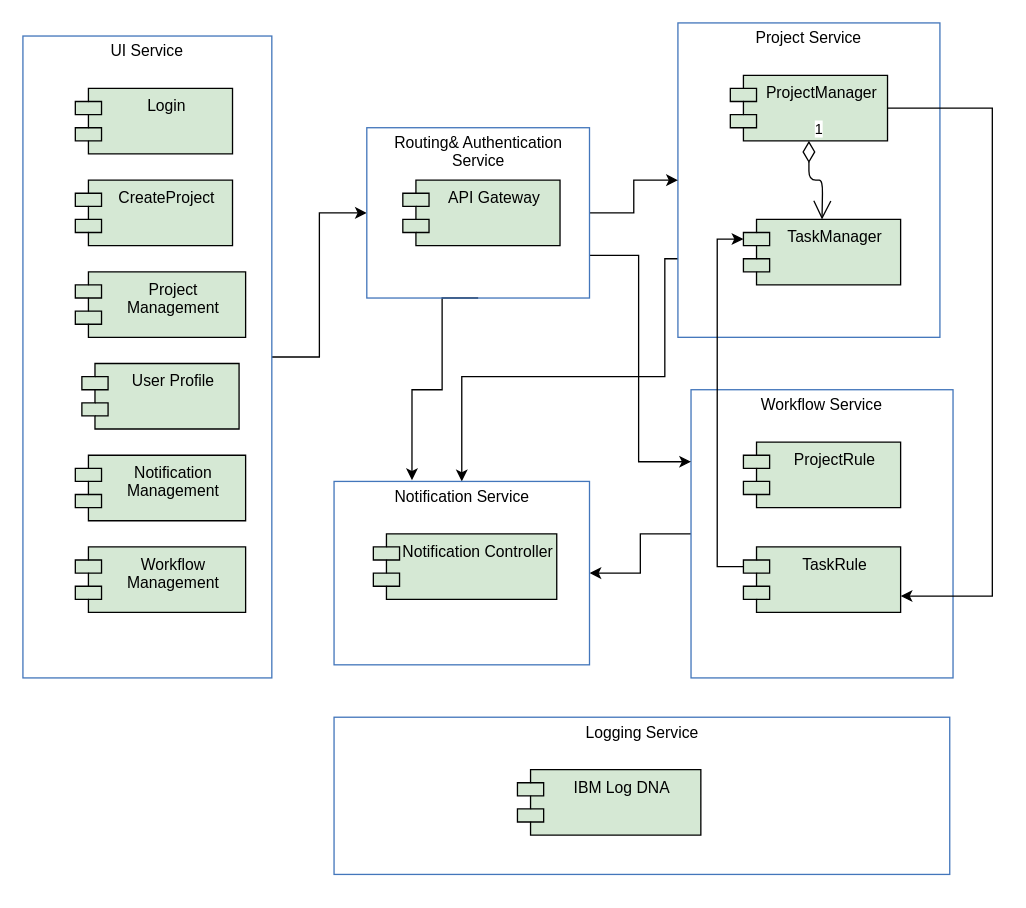
Before: page "Component Model" (3 of 4) of oasis-architecture.drawio in JackZhao2517/drawio_folder, a draw.io diagram. Source tidied: cells renumbered, new cells numbered last; positions are measured from the earlier drawing's top-left corner, leaving out a move shared by most shapes. Both pictures are drawn from the tidied source at 131%, with x=0, y=0 at pixel (22, 22).
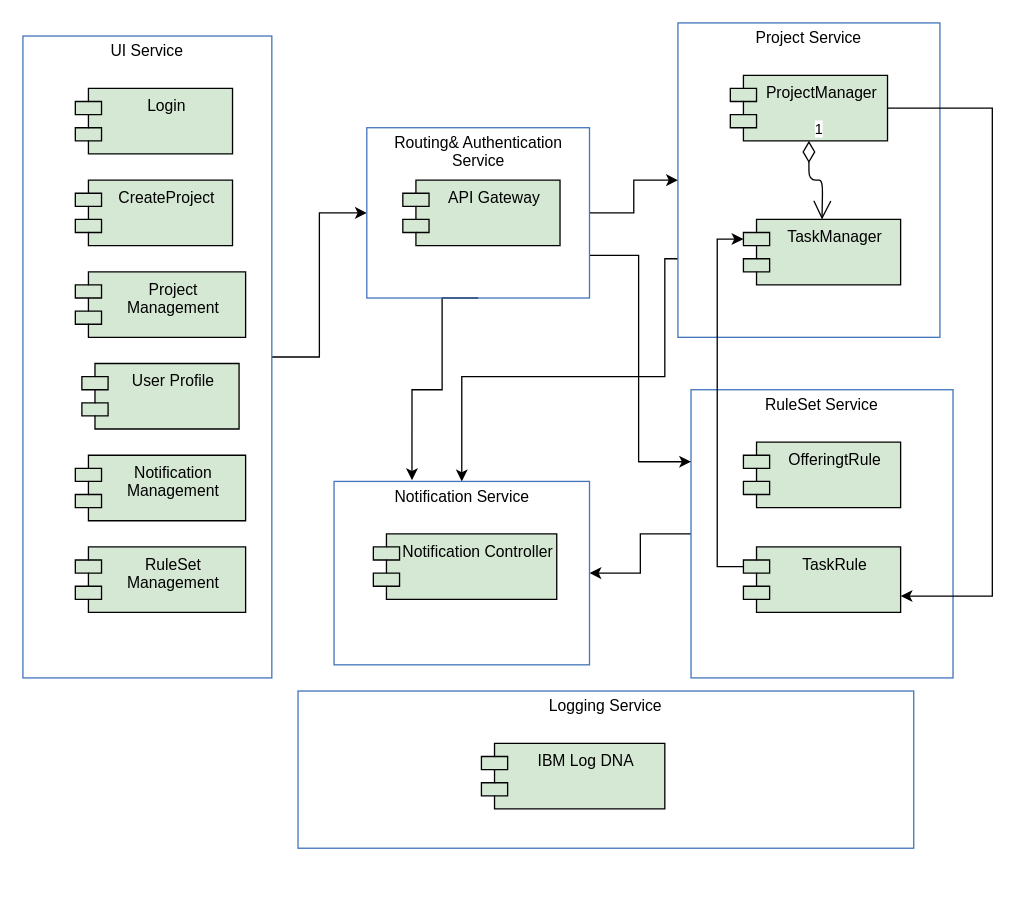
After the change.

Unchanged cells that the change refers to:
```xml
<mxCell id="14" value="UI Service" style="fontStyle=0;verticalAlign=top;align=center;spacingTop=-2;fillColor=none;rounded=0;whiteSpace=wrap;html=1;strokeColor=#4376BB;strokeWidth=1;dashed=0;" parent="1" vertex="1">
  <mxGeometry y="10" width="190" height="490" as="geometry" />
</mxCell>
```

Diff of the diagram source:
```diff
@@
-    <mxCell id="7" value="Workflow Service" style="fontStyle=0;verticalAlign=top;align=center;spacingTop=-2;fillColor=none;rounded=0;whiteSpace=wrap;html=1;strokeColor=#4376BB;strokeWidth=1;dashed=0;" parent="1" vertex="1">
+    <mxCell id="7" value="RuleSet Service" style="fontStyle=0;verticalAlign=top;align=center;spacingTop=-2;fillColor=none;rounded=0;whiteSpace=wrap;html=1;strokeColor=#4376BB;strokeWidth=1;dashed=0;" parent="1" vertex="1">
       <mxGeometry x="510" y="280" width="200" height="220" as="geometry" />
     </mxCell>
-    <mxCell id="8" value="ProjectRule" style="shape=module;align=left;spacingLeft=20;align=center;verticalAlign=top;fillColor=#D5E8D4;" parent="7" vertex="1">
+    <mxCell id="8" value="OfferingtRule" style="shape=module;align=left;spacingLeft=20;align=center;verticalAlign=top;fillColor=#D5E8D4;" parent="7" vertex="1">
       <mxGeometry x="40" y="40" width="120" height="50" as="geometry" />
     </mxCell>
@@
-    <mxCell id="20" value="Workflow &#10;Management" style="shape=module;align=left;spacingLeft=20;align=center;verticalAlign=top;fillColor=#D5E8D4;" parent="14" vertex="1">
+    <mxCell id="20" value="RuleSet &#10;Management" style="shape=module;align=left;spacingLeft=20;align=center;verticalAlign=top;fillColor=#D5E8D4;" parent="14" vertex="1">
       <mxGeometry x="40" y="390" width="130" height="50" as="geometry" />
     </mxCell>
@@
     <mxCell id="28" value="Logging Service" style="fontStyle=0;verticalAlign=top;align=center;spacingTop=-2;fillColor=none;rounded=0;whiteSpace=wrap;html=1;strokeColor=#4376BB;strokeWidth=1;dashed=0;" parent="1" vertex="1">
-      <mxGeometry x="237.5" y="530" width="470" height="120" as="geometry" />
+      <mxGeometry x="210" y="510" width="470" height="120" as="geometry" />
     </mxCell>
```
